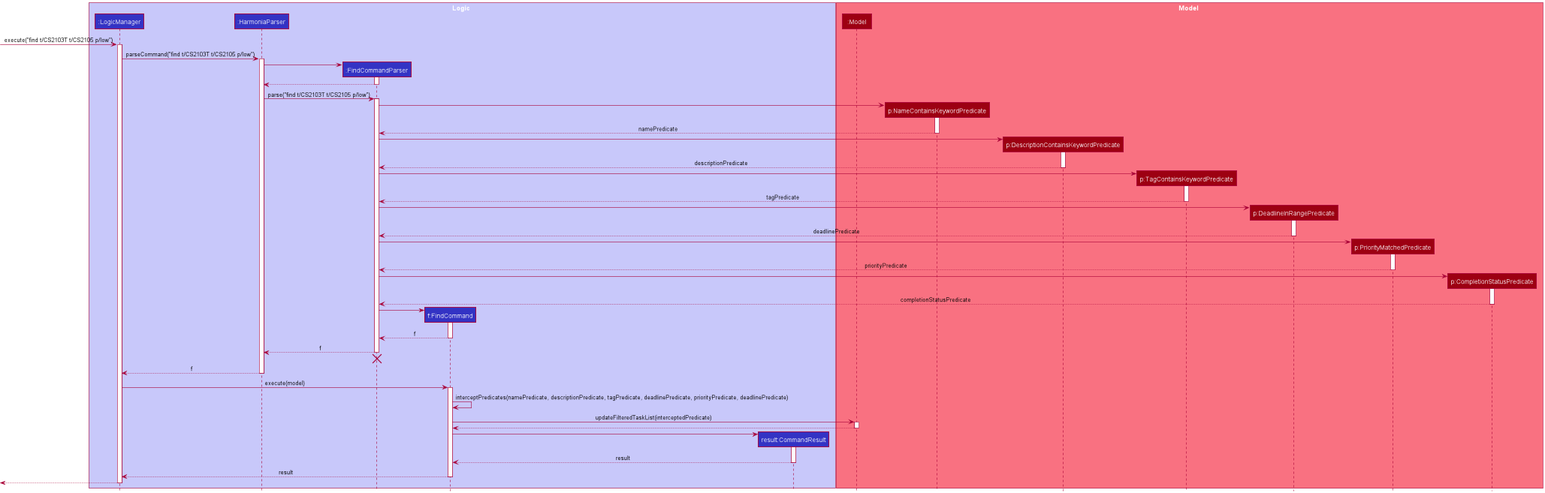
This is docs/images/SearchSequenceDiagram.png from sbhbenjamin/tp, a PlantUML export, as it was before one commit.
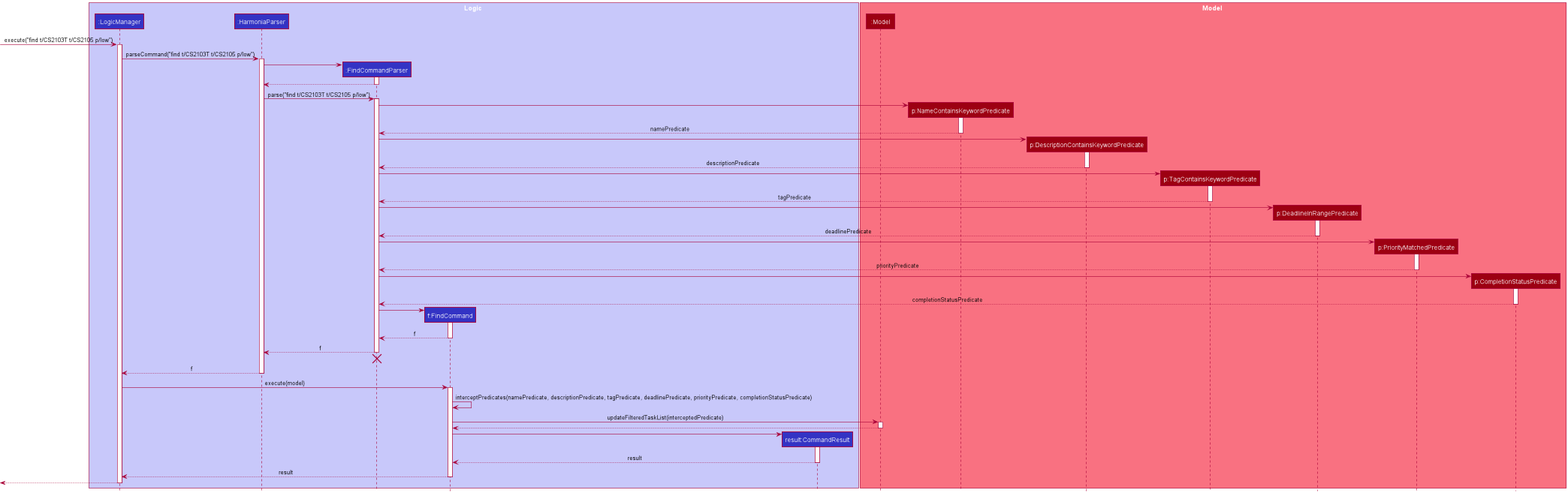
Above is the later version.

Diff of the diagram source:
```diff
@@ -101,7 +101,7 @@
 LogicManager -> FindCommand : execute(model)
 activate FindCommand
 
-FindCommand -> FindCommand : interceptPredicates(namePredicate, descriptionPredicate, tagPredicate, deadlinePredicate, priorityPredicate, deadlinePredicate)
+FindCommand -> FindCommand : interceptPredicates(namePredicate, descriptionPredicate, tagPredicate, deadlinePredicate, priorityPredicate, completionStatusPredicate)
 
 FindCommand -> Model : updateFilteredTaskList(interceptedPredicate)
 activate Model
```
